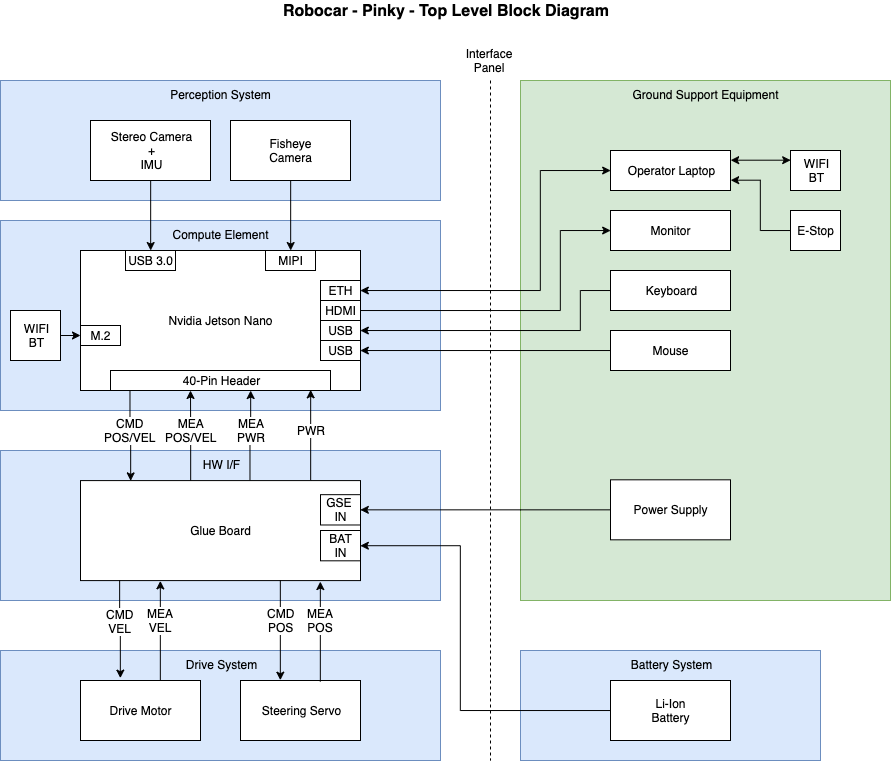
Earlier version of the draw.io export Design/System Block Diagram/Pinky_Top_Level.png (arkorobotics/robocar-pinky). Source tidied: cells renumbered, new cells last; positions are measured from the earlier drawing's top-left corner, leaving out a move shared by most shapes.
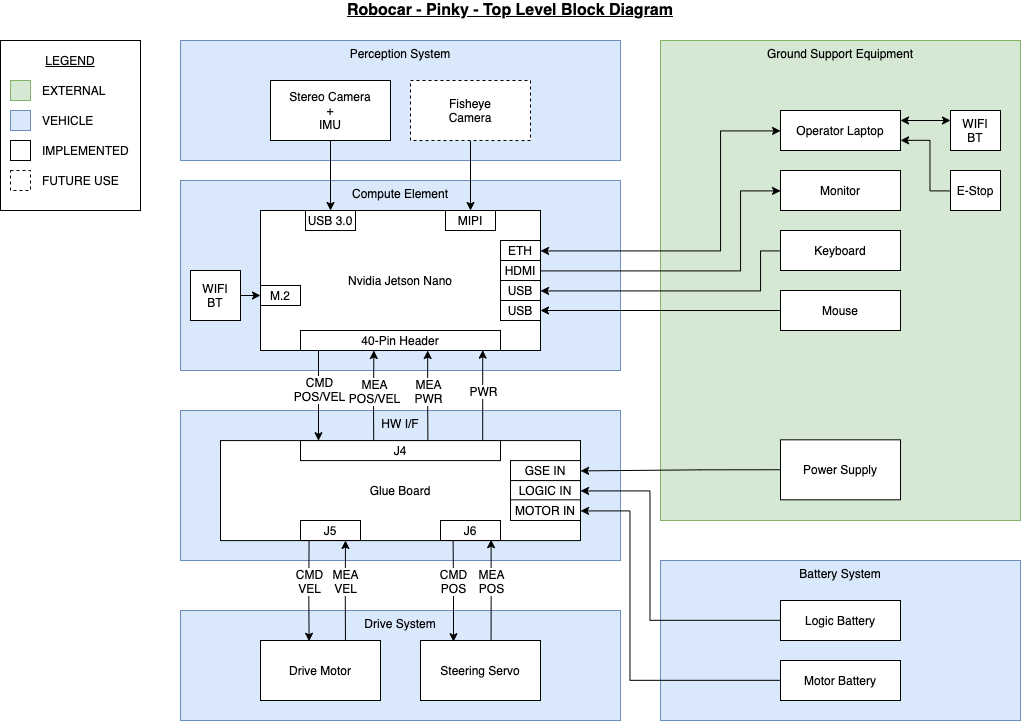
The same diagram one commit later.

The edit, as a diff of the source:
```diff
@@ -2,6 +2,9 @@
   <root>
     <mxCell id="0" />
     <mxCell id="1" parent="0" />
+    <mxCell id="63" style="rounded=0;whiteSpace=wrap;html=1;align=center;" parent="1" vertex="1">
+      <mxGeometry x="-180" y="80" width="140" height="170" as="geometry" />
+    </mxCell>
     <mxCell id="2" value="HW I/F" style="rounded=0;whiteSpace=wrap;html=1;fillColor=#dae8fc;strokeColor=#6c8ebf;verticalAlign=top;align=center;" parent="1" vertex="1">
       <mxGeometry y="450" width="440" height="150" as="geometry" />
     </mxCell>
@@ -15,7 +18,7 @@
       <mxGeometry y="650" width="440" height="110" as="geometry" />
     </mxCell>
     <mxCell id="6" value="Ground Support Equipment" style="rounded=0;whiteSpace=wrap;html=1;fillColor=#d5e8d4;strokeColor=#82b366;verticalAlign=top;" parent="1" vertex="1">
-      <mxGeometry x="520" y="80" width="370" height="520" as="geometry" />
+      <mxGeometry x="480" y="80" width="360" height="480" as="geometry" />
     </mxCell>
     <mxCell id="7" style="edgeStyle=orthogonalEdgeStyle;rounded=0;jettySize=auto;html=1;exitX=0.5;exitY=1;exitDx=0;exitDy=0;entryX=0.25;entryY=0;entryDx=0;entryDy=0;" parent="1" edge="1" source="8" target="13">
       <mxGeometry relative="1" as="geometry" />
@@ -26,10 +29,10 @@
     <mxCell id="9" style="edgeStyle=orthogonalEdgeStyle;rounded=0;jettySize=auto;html=1;exitX=0.5;exitY=1;exitDx=0;exitDy=0;entryX=0.75;entryY=0;entryDx=0;entryDy=0;" parent="1" edge="1" source="10" target="13">
       <mxGeometry relative="1" as="geometry" />
     </mxCell>
-    <mxCell id="10" value="Fisheye&lt;br&gt;Camera" style="rounded=0;whiteSpace=wrap;html=1;align=center;" parent="1" vertex="1">
+    <mxCell id="10" value="Fisheye&lt;br&gt;Camera" style="rounded=0;whiteSpace=wrap;html=1;align=center;dashed=1;" parent="1" vertex="1">
       <mxGeometry x="230" y="120" width="120" height="60" as="geometry" />
     </mxCell>
-    <mxCell id="11" style="edgeStyle=orthogonalEdgeStyle;rounded=0;jettySize=auto;html=1;exitX=0.09;exitY=0.99;exitDx=0;exitDy=0;entryX=0.178;entryY=0.001;entryDx=0;entryDy=0;exitPerimeter=0;entryPerimeter=0;" parent="1" edge="1" source="33" target="16">
+    <mxCell id="11" style="edgeStyle=orthogonalEdgeStyle;rounded=0;jettySize=auto;html=1;exitX=0.09;exitY=0.99;exitDx=0;exitDy=0;entryX=0.09;entryY=0.005;entryDx=0;entryDy=0;exitPerimeter=0;entryPerimeter=0;" parent="1" edge="1" source="33" target="66">
       <mxGeometry relative="1" as="geometry" />
     </mxCell>
     <mxCell id="12" value="CMD&lt;br&gt;POS/VEL" style="text;html=1;align=center;verticalAlign=middle;labelBackgroundColor=#ffffff;" parent="11" vertex="1">
@@ -40,10 +43,8 @@
     <mxCell id="13" value="Nvidia Jetson Nano" style="rounded=0;whiteSpace=wrap;html=1;fillColor=#ffffff;" parent="1" vertex="1">
       <mxGeometry x="80" y="250" width="280" height="140" as="geometry" />
     </mxCell>
-    <mxCell id="14" style="edgeStyle=orthogonalEdgeStyle;rounded=0;jettySize=auto;html=1;exitX=0.394;exitY=0.003;exitDx=0;exitDy=0;exitPerimeter=0;" parent="1" edge="1" source="16">
-      <mxGeometry relative="1" as="geometry">
-        <mxPoint x="190" y="390" as="targetPoint" />
-      </mxGeometry>
+    <mxCell id="14" style="edgeStyle=orthogonalEdgeStyle;rounded=0;jettySize=auto;html=1;exitX=0.366;exitY=-0.02;exitDx=0;exitDy=0;exitPerimeter=0;entryX=0.367;entryY=1;entryDx=0;entryDy=0;entryPerimeter=0;" parent="1" edge="1" source="66" target="33">
+      <mxGeometry relative="1" as="geometry" />
     </mxCell>
     <mxCell id="15" value="MEA&lt;br&gt;POS/VEL" style="text;html=1;align=center;verticalAlign=middle;labelBackgroundColor=#ffffff;" parent="14" vertex="1">
       <mxGeometry x="0.37" y="-1" relative="1" as="geometry">
@@ -51,7 +52,7 @@
       </mxGeometry>
     </mxCell>
     <mxCell id="16" value="Glue Board" style="rounded=0;whiteSpace=wrap;html=1;align=center;" parent="1" vertex="1">
-      <mxGeometry x="80" y="480.1" width="280" height="100" as="geometry" />
+      <mxGeometry x="40" y="480.1" width="360" height="100" as="geometry" />
     </mxCell>
     <mxCell id="17" value="Drive Motor" style="rounded=0;whiteSpace=wrap;html=1;align=center;" parent="1" vertex="1">
       <mxGeometry x="80" y="680" width="120" height="60" as="geometry" />
@@ -59,7 +60,7 @@
     <mxCell id="18" value="Steering Servo" style="rounded=0;whiteSpace=wrap;html=1;align=center;" parent="1" vertex="1">
       <mxGeometry x="240" y="680" width="120" height="60" as="geometry" />
     </mxCell>
-    <mxCell id="19" style="edgeStyle=orthogonalEdgeStyle;rounded=0;jettySize=auto;html=1;entryX=0.332;entryY=-0.005;entryDx=0;entryDy=0;startArrow=none;startFill=0;entryPerimeter=0;exitX=0.713;exitY=0.996;exitDx=0;exitDy=0;exitPerimeter=0;" parent="1" edge="1" source="16" target="18">
+    <mxCell id="19" style="edgeStyle=orthogonalEdgeStyle;rounded=0;jettySize=auto;html=1;entryX=0.275;entryY=0.02;entryDx=0;entryDy=0;startArrow=none;startFill=0;entryPerimeter=0;exitX=0.21;exitY=1;exitDx=0;exitDy=0;exitPerimeter=0;" parent="1" edge="1" source="68" target="18">
       <mxGeometry relative="1" as="geometry" />
     </mxCell>
     <mxCell id="20" value="CMD&lt;br&gt;POS" style="text;html=1;align=center;verticalAlign=middle;labelBackgroundColor=#ffffff;" parent="19" vertex="1">
@@ -67,31 +68,31 @@
         <mxPoint x="3" y="1.5" as="offset" />
       </mxGeometry>
     </mxCell>
-    <mxCell id="21" style="edgeStyle=orthogonalEdgeStyle;rounded=0;jettySize=auto;html=1;exitX=0.856;exitY=1.007;exitDx=0;exitDy=0;entryX=0.666;entryY=0.018;entryDx=0;entryDy=0;startArrow=classic;startFill=1;exitPerimeter=0;endArrow=none;endFill=0;entryPerimeter=0;" parent="1" edge="1" source="16" target="18">
+    <mxCell id="21" style="edgeStyle=orthogonalEdgeStyle;rounded=0;jettySize=auto;html=1;exitX=0.843;exitY=0.96;exitDx=0;exitDy=0;entryX=0.588;entryY=0;entryDx=0;entryDy=0;startArrow=classic;startFill=1;endArrow=none;endFill=0;entryPerimeter=0;exitPerimeter=0;" parent="1" edge="1" source="68" target="18">
       <mxGeometry relative="1" as="geometry" />
     </mxCell>
     <mxCell id="22" value="MEA&lt;br&gt;POS" style="text;html=1;align=center;verticalAlign=middle;labelBackgroundColor=#ffffff;" parent="21" vertex="1">
       <mxGeometry x="-0.25" y="2" relative="1" as="geometry">
-        <mxPoint x="-2" y="1.8" as="offset" />
+        <mxPoint x="-2" y="3.2" as="offset" />
       </mxGeometry>
     </mxCell>
-    <mxCell id="23" style="edgeStyle=orthogonalEdgeStyle;rounded=0;jettySize=auto;html=1;entryX=0.332;entryY=-0.04;entryDx=0;entryDy=0;startArrow=none;startFill=0;entryPerimeter=0;exitX=0.141;exitY=0.998;exitDx=0;exitDy=0;exitPerimeter=0;" parent="1" edge="1" source="16" target="17">
+    <mxCell id="23" style="edgeStyle=orthogonalEdgeStyle;rounded=0;jettySize=auto;html=1;entryX=0.405;entryY=0.013;entryDx=0;entryDy=0;startArrow=none;startFill=0;entryPerimeter=0;exitX=0.143;exitY=0.96;exitDx=0;exitDy=0;exitPerimeter=0;" parent="1" edge="1" source="67" target="17">
       <mxGeometry relative="1" as="geometry" />
     </mxCell>
     <mxCell id="24" value="CMD&lt;br&gt;VEL" style="text;html=1;align=center;verticalAlign=middle;labelBackgroundColor=#ffffff;" parent="23" vertex="1">
       <mxGeometry x="-0.22" y="-3" relative="1" as="geometry">
-        <mxPoint x="3" y="2.1" as="offset" />
+        <mxPoint x="3" y="1.2" as="offset" />
       </mxGeometry>
     </mxCell>
-    <mxCell id="25" style="edgeStyle=orthogonalEdgeStyle;rounded=0;jettySize=auto;html=1;entryX=0.666;entryY=0.004;entryDx=0;entryDy=0;startArrow=classic;startFill=1;endArrow=none;endFill=0;exitX=0.286;exitY=1.004;exitDx=0;exitDy=0;exitPerimeter=0;entryPerimeter=0;" parent="1" edge="1" source="16" target="17">
+    <mxCell id="25" style="edgeStyle=orthogonalEdgeStyle;rounded=0;jettySize=auto;html=1;entryX=0.708;entryY=-0.007;entryDx=0;entryDy=0;startArrow=classic;startFill=1;endArrow=none;endFill=0;exitX=0.75;exitY=1;exitDx=0;exitDy=0;entryPerimeter=0;" parent="1" edge="1" source="67" target="17">
       <mxGeometry relative="1" as="geometry" />
     </mxCell>
     <mxCell id="26" value="MEA&lt;br&gt;VEL" style="text;html=1;align=center;verticalAlign=middle;labelBackgroundColor=#ffffff;" parent="25" vertex="1">
       <mxGeometry x="-0.25" y="2" relative="1" as="geometry">
-        <mxPoint x="-2" y="2.4" as="offset" />
+        <mxPoint x="-2" y="3.2" as="offset" />
       </mxGeometry>
     </mxCell>
-    <mxCell id="27" style="edgeStyle=orthogonalEdgeStyle;rounded=0;jettySize=auto;html=1;exitX=0.823;exitY=-0.007;exitDx=0;exitDy=0;entryX=0.911;entryY=0.983;entryDx=0;entryDy=0;entryPerimeter=0;exitPerimeter=0;" parent="1" edge="1" source="16" target="33">
+    <mxCell id="27" style="edgeStyle=orthogonalEdgeStyle;rounded=0;jettySize=auto;html=1;exitX=0.911;exitY=0.036;exitDx=0;exitDy=0;entryX=0.911;entryY=0.983;entryDx=0;entryDy=0;entryPerimeter=0;exitPerimeter=0;" parent="1" edge="1" source="66" target="33">
       <mxGeometry relative="1" as="geometry" />
     </mxCell>
     <mxCell id="28" value="PWR" style="text;html=1;align=center;verticalAlign=middle;labelBackgroundColor=#ffffff;" parent="27" vertex="1">
@@ -105,7 +106,7 @@
     <mxCell id="30" value="MIPI" style="rounded=0;whiteSpace=wrap;html=1;" parent="1" vertex="1">
       <mxGeometry x="265" y="250" width="50" height="20" as="geometry" />
     </mxCell>
-    <mxCell id="31" style="edgeStyle=orthogonalEdgeStyle;rounded=0;jettySize=auto;html=1;entryX=0.636;entryY=1;entryDx=0;entryDy=0;entryPerimeter=0;exitX=0.605;exitY=-0.004;exitDx=0;exitDy=0;exitPerimeter=0;" parent="1" edge="1" source="16" target="33">
+    <mxCell id="31" style="edgeStyle=orthogonalEdgeStyle;rounded=0;jettySize=auto;html=1;entryX=0.636;entryY=1;entryDx=0;entryDy=0;entryPerimeter=0;exitX=0.637;exitY=-0.024;exitDx=0;exitDy=0;exitPerimeter=0;" parent="1" edge="1" source="66" target="33">
       <mxGeometry relative="1" as="geometry" />
     </mxCell>
     <mxCell id="32" value="MEA&lt;br&gt;PWR" style="text;html=1;align=center;verticalAlign=middle;labelBackgroundColor=#ffffff;" parent="31" vertex="1">
@@ -114,19 +115,16 @@
       </mxGeometry>
     </mxCell>
     <mxCell id="33" value="40-Pin Header" style="rounded=0;whiteSpace=wrap;html=1;" parent="1" vertex="1">
-      <mxGeometry x="110" y="370" width="220" height="20" as="geometry" />
+      <mxGeometry x="120" y="370" width="200" height="20" as="geometry" />
     </mxCell>
-    <mxCell id="34" value="GSE&amp;nbsp;&lt;br&gt;IN" style="rounded=0;whiteSpace=wrap;html=1;" parent="1" vertex="1">
-      <mxGeometry x="320" y="494.2" width="40" height="30.3" as="geometry" />
-    </mxCell>
     <mxCell id="35" value="Monitor" style="rounded=0;whiteSpace=wrap;html=1;align=center;" parent="1" vertex="1">
-      <mxGeometry x="610" y="210" width="120" height="40" as="geometry" />
+      <mxGeometry x="600" y="210" width="120" height="40" as="geometry" />
     </mxCell>
     <mxCell id="36" value="Keyboard" style="rounded=0;whiteSpace=wrap;html=1;align=center;" parent="1" vertex="1">
-      <mxGeometry x="610" y="270" width="120" height="40" as="geometry" />
+      <mxGeometry x="600" y="270" width="120" height="40" as="geometry" />
     </mxCell>
     <mxCell id="37" value="Mouse" style="rounded=0;whiteSpace=wrap;html=1;align=center;" parent="1" vertex="1">
-      <mxGeometry x="610" y="330" width="120" height="40" as="geometry" />
+      <mxGeometry x="600" y="330" width="120" height="40" as="geometry" />
     </mxCell>
     <mxCell id="38" style="edgeStyle=orthogonalEdgeStyle;rounded=0;jettySize=auto;html=1;exitX=1;exitY=0.5;exitDx=0;exitDy=0;entryX=0;entryY=0.5;entryDx=0;entryDy=0;startArrow=none;startFill=0;endArrow=classic;endFill=1;" parent="1" edge="1" source="39" target="35">
       <mxGeometry relative="1" as="geometry">
@@ -157,44 +155,31 @@
       <mxGeometry relative="1" as="geometry" />
     </mxCell>
     <mxCell id="44" value="Power Supply" style="rounded=0;whiteSpace=wrap;html=1;align=center;" parent="1" vertex="1">
-      <mxGeometry x="610" y="479.3" width="120" height="60" as="geometry" />
+      <mxGeometry x="600" y="479.3" width="120" height="60" as="geometry" />
     </mxCell>
     <mxCell id="45" style="edgeStyle=orthogonalEdgeStyle;rounded=0;jettySize=auto;html=1;exitX=1;exitY=0.5;exitDx=0;exitDy=0;entryX=0;entryY=0.5;entryDx=0;entryDy=0;startArrow=classic;startFill=1;endArrow=none;endFill=0;" parent="1" edge="1" source="34" target="44">
       <mxGeometry relative="1" as="geometry">
         <Array as="points">
           <mxPoint x="520" y="509" />
-          <mxPoint x="520" y="509" />
         </Array>
       </mxGeometry>
     </mxCell>
     <mxCell id="46" value="Battery System" style="rounded=0;whiteSpace=wrap;html=1;fillColor=#dae8fc;strokeColor=#6c8ebf;verticalAlign=top;align=center;" parent="1" vertex="1">
-      <mxGeometry x="520" y="650" width="300" height="110" as="geometry" />
+      <mxGeometry x="480" y="600" width="360" height="160" as="geometry" />
     </mxCell>
-    <mxCell id="47" value="Li-Ion&lt;br&gt;Battery" style="rounded=0;whiteSpace=wrap;html=1;align=center;" parent="1" vertex="1">
-      <mxGeometry x="610" y="680" width="120" height="60" as="geometry" />
+    <mxCell id="47" value="Logic Battery" style="rounded=0;whiteSpace=wrap;html=1;align=center;" parent="1" vertex="1">
+      <mxGeometry x="600" y="640" width="120" height="40" as="geometry" />
     </mxCell>
-    <mxCell id="48" value="BAT&lt;br&gt;IN" style="rounded=0;whiteSpace=wrap;html=1;" parent="1" vertex="1">
-      <mxGeometry x="320" y="530" width="40" height="30.3" as="geometry" />
-    </mxCell>
-    <mxCell id="49" style="edgeStyle=orthogonalEdgeStyle;rounded=0;jettySize=auto;html=1;exitX=1;exitY=0.5;exitDx=0;exitDy=0;entryX=0;entryY=0.5;entryDx=0;entryDy=0;startArrow=classic;startFill=1;endArrow=none;endFill=0;" parent="1" edge="1" source="48" target="47">
+    <mxCell id="49" style="edgeStyle=orthogonalEdgeStyle;rounded=0;jettySize=auto;html=1;exitX=1;exitY=0.5;exitDx=0;exitDy=0;entryX=0;entryY=0.5;entryDx=0;entryDy=0;startArrow=classic;startFill=1;endArrow=none;endFill=0;" parent="1" edge="1" source="16" target="47">
       <mxGeometry relative="1" as="geometry">
         <Array as="points">
-          <mxPoint x="460" y="545" />
-          <mxPoint x="460" y="710" />
+          <mxPoint x="470" y="530" />
+          <mxPoint x="470" y="660" />
         </Array>
       </mxGeometry>
     </mxCell>
-    <mxCell id="50" style="endArrow=none;dashed=1;html=1;" parent="1" edge="1">
-      <mxGeometry relative="1" as="geometry">
-        <mxPoint x="490" y="80" as="sourcePoint" />
-        <mxPoint x="490" y="760" as="targetPoint" />
-      </mxGeometry>
-    </mxCell>
-    <mxCell id="51" value="Interface Panel" style="text;html=1;strokeColor=none;fillColor=none;align=center;verticalAlign=middle;whiteSpace=wrap;rounded=0;" parent="1" vertex="1">
-      <mxGeometry x="469.5" y="50" width="40" height="20" as="geometry" />
-    </mxCell>
-    <mxCell id="52" value="Robocar - Pinky - Top Level Block Diagram" style="text;html=1;strokeColor=none;fillColor=none;align=center;verticalAlign=middle;whiteSpace=wrap;rounded=0;fontStyle=1;fontSize=16;" parent="1" vertex="1">
-      <mxGeometry width="890" height="20" as="geometry" />
+    <mxCell id="52" value="Robocar - Pinky - Top Level Block Diagram" style="text;html=1;strokeColor=none;fillColor=none;align=center;verticalAlign=middle;whiteSpace=wrap;rounded=0;fontStyle=5;fontSize=16;" parent="1" vertex="1">
+      <mxGeometry x="-180" y="40" width="1020" height="20" as="geometry" />
     </mxCell>
     <mxCell id="53" value="M.2" style="rounded=0;whiteSpace=wrap;html=1;" parent="1" vertex="1">
       <mxGeometry x="80" y="325" width="40" height="20" as="geometry" />
@@ -214,13 +199,13 @@
     <mxCell id="58" style="edgeStyle=orthogonalEdgeStyle;rounded=0;jettySize=auto;html=1;exitX=1;exitY=0.75;exitDx=0;exitDy=0;entryX=0;entryY=0.5;entryDx=0;entryDy=0;startArrow=classic;startFill=1;endArrow=none;endFill=0;fontSize=16;" parent="1" edge="1" source="59" target="62">
       <mxGeometry relative="1" as="geometry">
         <Array as="points">
-          <mxPoint x="760" y="180" />
-          <mxPoint x="760" y="230" />
+          <mxPoint x="750" y="180" />
+          <mxPoint x="750" y="230" />
         </Array>
       </mxGeometry>
     </mxCell>
     <mxCell id="59" value="Operator Laptop" style="rounded=0;whiteSpace=wrap;html=1;align=center;" parent="1" vertex="1">
-      <mxGeometry x="610" y="150" width="120" height="40" as="geometry" />
+      <mxGeometry x="600" y="150" width="120" height="40" as="geometry" />
     </mxCell>
     <mxCell id="60" style="edgeStyle=orthogonalEdgeStyle;rounded=0;jettySize=auto;html=1;exitX=1;exitY=0.5;exitDx=0;exitDy=0;entryX=0;entryY=0.5;entryDx=0;entryDy=0;startArrow=classic;startFill=1;endArrow=classic;endFill=1;" parent="1" edge="1" source="56" target="59">
       <mxGeometry relative="1" as="geometry">
@@ -231,10 +216,66 @@
       </mxGeometry>
     </mxCell>
     <mxCell id="61" value="WIFI&lt;br&gt;BT" style="rounded=0;whiteSpace=wrap;html=1;" parent="1" vertex="1">
-      <mxGeometry x="790" y="150" width="50" height="40" as="geometry" />
+      <mxGeometry x="770" y="150" width="50" height="40" as="geometry" />
     </mxCell>
     <mxCell id="62" value="E-Stop" style="rounded=0;whiteSpace=wrap;html=1;align=center;" parent="1" vertex="1">
-      <mxGeometry x="790" y="210" width="50" height="40" as="geometry" />
+      <mxGeometry x="770" y="210" width="50" height="40" as="geometry" />
     </mxCell>
+    <mxCell id="64" value="Motor Battery" style="rounded=0;whiteSpace=wrap;html=1;align=center;" parent="1" vertex="1">
+      <mxGeometry x="600" y="700" width="120" height="40" as="geometry" />
+    </mxCell>
+    <mxCell id="65" style="edgeStyle=orthogonalEdgeStyle;rounded=0;jettySize=auto;html=1;exitX=1;exitY=0.699;exitDx=0;exitDy=0;entryX=0;entryY=0.5;entryDx=0;entryDy=0;startArrow=classic;startFill=1;endArrow=none;endFill=0;exitPerimeter=0;" parent="1" edge="1" source="16" target="64">
+      <mxGeometry relative="1" as="geometry">
+        <Array as="points">
+          <mxPoint x="450" y="550" />
+          <mxPoint x="450" y="720" />
+        </Array>
+      </mxGeometry>
+    </mxCell>
+    <mxCell id="66" value="J4" style="rounded=0;whiteSpace=wrap;html=1;" parent="1" vertex="1">
+      <mxGeometry x="120" y="480.1" width="200" height="20" as="geometry" />
+    </mxCell>
+    <mxCell id="67" value="J5" style="rounded=0;whiteSpace=wrap;html=1;" parent="1" vertex="1">
+      <mxGeometry x="120" y="560" width="60" height="20" as="geometry" />
+    </mxCell>
+    <mxCell id="68" value="J6" style="rounded=0;whiteSpace=wrap;html=1;" parent="1" vertex="1">
+      <mxGeometry x="260" y="560" width="60" height="20" as="geometry" />
+    </mxCell>
+    <mxCell id="34" value="GSE IN" style="rounded=0;whiteSpace=wrap;html=1;" parent="1" vertex="1">
+      <mxGeometry x="330" y="500.1" width="70" height="20" as="geometry" />
+    </mxCell>
+    <mxCell id="69" value="LOGIC IN" style="rounded=0;whiteSpace=wrap;html=1;" parent="1" vertex="1">
+      <mxGeometry x="330" y="520.1" width="70" height="20" as="geometry" />
+    </mxCell>
+    <mxCell id="70" value="MOTOR IN" style="rounded=0;whiteSpace=wrap;html=1;" parent="1" vertex="1">
+      <mxGeometry x="330" y="539.3" width="70" height="20.7" as="geometry" />
+    </mxCell>
+    <mxCell id="71" style="rounded=0;whiteSpace=wrap;html=1;fillColor=#d5e8d4;strokeColor=#82b366;verticalAlign=top;" parent="1" vertex="1">
+      <mxGeometry x="-170" y="120" width="20" height="20" as="geometry" />
+    </mxCell>
+    <mxCell id="72" value="EXTERNAL" style="text;html=1;strokeColor=none;fillColor=none;align=left;verticalAlign=middle;whiteSpace=wrap;rounded=0;dashed=1;" parent="1" vertex="1">
+      <mxGeometry x="-140" y="120" width="80" height="20" as="geometry" />
+    </mxCell>
+    <mxCell id="73" style="rounded=0;whiteSpace=wrap;html=1;fillColor=#dae8fc;strokeColor=#6c8ebf;verticalAlign=top;" parent="1" vertex="1">
+      <mxGeometry x="-170" y="150" width="20" height="20" as="geometry" />
+    </mxCell>
+    <mxCell id="74" value="VEHICLE" style="text;html=1;strokeColor=none;fillColor=none;align=left;verticalAlign=middle;whiteSpace=wrap;rounded=0;dashed=1;" parent="1" vertex="1">
+      <mxGeometry x="-140" y="150" width="80" height="20" as="geometry" />
+    </mxCell>
+    <mxCell id="75" value="LEGEND" style="text;html=1;strokeColor=none;fillColor=none;align=center;verticalAlign=middle;whiteSpace=wrap;rounded=0;dashed=1;fontStyle=4;" parent="1" vertex="1">
+      <mxGeometry x="-180" y="90" width="140" height="20" as="geometry" />
+    </mxCell>
+    <mxCell id="76" style="rounded=0;whiteSpace=wrap;html=1;verticalAlign=top;" parent="1" vertex="1">
+      <mxGeometry x="-170" y="180" width="20" height="20" as="geometry" />
+    </mxCell>
+    <mxCell id="77" value="IMPLEMENTED" style="text;html=1;strokeColor=none;fillColor=none;align=left;verticalAlign=middle;whiteSpace=wrap;rounded=0;dashed=1;" parent="1" vertex="1">
+      <mxGeometry x="-140" y="180" width="80" height="20" as="geometry" />
+    </mxCell>
+    <mxCell id="78" style="rounded=0;whiteSpace=wrap;html=1;verticalAlign=top;dashed=1;" parent="1" vertex="1">
+      <mxGeometry x="-170" y="210" width="20" height="20" as="geometry" />
+    </mxCell>
+    <mxCell id="79" value="FUTURE USE" style="text;html=1;strokeColor=none;fillColor=none;align=left;verticalAlign=middle;whiteSpace=wrap;rounded=0;dashed=1;" parent="1" vertex="1">
+      <mxGeometry x="-140" y="210" width="90" height="20" as="geometry" />
+    </mxCell>
   </root>
 </mxGraphModel>
```
